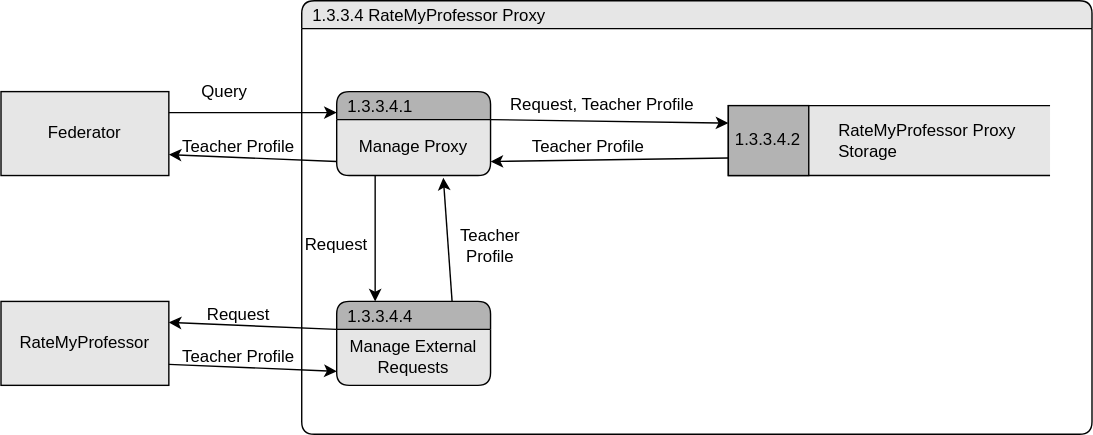
The draw.io diagram Storage/TeamOneFiles/RMP_query_request.drawio.svg in MckennahPalmer/CSE430, before a commit. Source tidied: cells renumbered, new cells last; positions are measured from the earlier drawing's top-left corner, leaving out a move shared by most shapes.
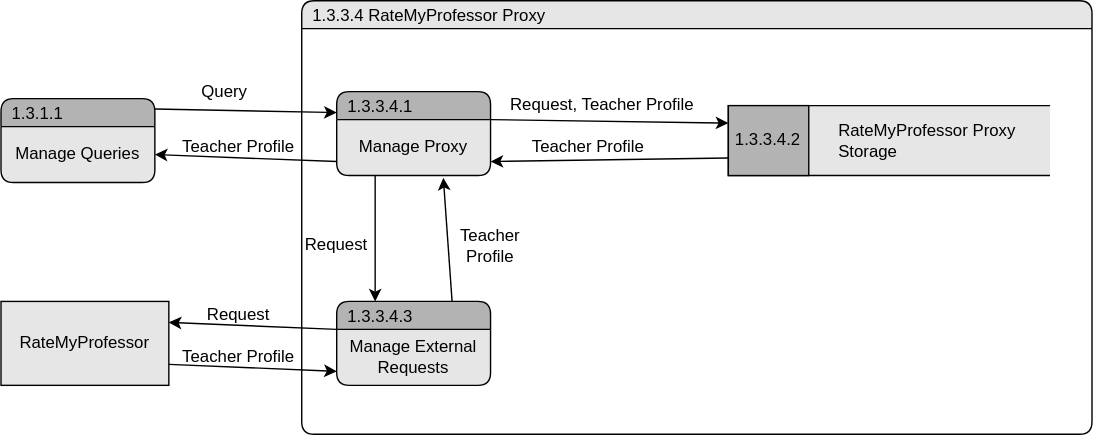
Above is the later version.

The edit, as a diff of the source:
```diff
@@ -2,9 +2,6 @@
   <root>
     <mxCell id="0" />
     <mxCell id="1" parent="0" />
-    <mxCell id="2" value="Federator" style="rounded=0;whiteSpace=wrap;html=1;strokeColor=default;align=center;verticalAlign=middle;fontFamily=Helvetica;fontSize=12;fontColor=default;startSize=20;fillColor=#E6E6E6;" parent="1" vertex="1">
-      <mxGeometry y="65" width="120" height="60" as="geometry" />
-    </mxCell>
     <mxCell id="3" value="RateMyProfessor" style="rounded=0;whiteSpace=wrap;html=1;strokeColor=default;align=center;verticalAlign=middle;fontFamily=Helvetica;fontSize=12;fontColor=default;startSize=20;fillColor=#E6E6E6;" parent="1" vertex="1">
       <mxGeometry y="215" width="120" height="60" as="geometry" />
     </mxCell>
@@ -17,7 +14,7 @@
     <mxCell id="6" value="Manage Proxy" style="text;html=1;strokeColor=none;fillColor=none;align=center;verticalAlign=middle;whiteSpace=wrap;rounded=0;fontSize=12;fontFamily=Helvetica;fontColor=default;" parent="5" vertex="1">
       <mxGeometry y="20" width="110" height="40" as="geometry" />
     </mxCell>
-    <mxCell id="7" value="1.3.3.4.4" style="swimlane;fontStyle=0;horizontal=1;startSize=20;fillColor=#B3B3B3;swimlaneFillColor=#E6E6E6;rounded=1;strokeColor=default;align=left;verticalAlign=middle;fontFamily=Helvetica;fontSize=12;fontColor=default;spacingLeft=6;shadow=0;" parent="1" vertex="1">
+    <mxCell id="7" value="1.3.3.4.3" style="swimlane;fontStyle=0;horizontal=1;startSize=20;fillColor=#B3B3B3;swimlaneFillColor=#E6E6E6;rounded=1;strokeColor=default;align=left;verticalAlign=middle;fontFamily=Helvetica;fontSize=12;fontColor=default;spacingLeft=6;shadow=0;" parent="1" vertex="1">
       <mxGeometry x="240" y="215" width="110" height="60" as="geometry" />
     </mxCell>
     <mxCell id="8" value="Manage External Requests" style="text;html=1;strokeColor=none;fillColor=none;align=center;verticalAlign=middle;whiteSpace=wrap;rounded=0;fontSize=12;fontFamily=Helvetica;fontColor=default;" parent="7" vertex="1">
@@ -38,10 +35,10 @@
     <mxCell id="13" value="RateMyProfessor Proxy Storage" style="text;html=1;strokeColor=none;fillColor=none;align=left;verticalAlign=middle;whiteSpace=wrap;rounded=0;fontSize=12;fontFamily=Helvetica;fontColor=default;" parent="9" vertex="1">
       <mxGeometry x="76.7" width="153.3" height="50" as="geometry" />
     </mxCell>
-    <mxCell id="14" style="endArrow=classic;html=1;rounded=0;exitX=1;exitY=0.25;exitDx=0;exitDy=0;entryX=0;entryY=0.25;entryDx=0;entryDy=0;" parent="1" edge="1" source="2" target="5">
+    <mxCell id="14" style="endArrow=classic;html=1;rounded=0;exitX=0.999;exitY=0.124;exitDx=0;exitDy=0;entryX=0;entryY=0.25;entryDx=0;entryDy=0;exitPerimeter=0;" parent="1" edge="1" source="30" target="5">
       <mxGeometry relative="1" as="geometry" />
     </mxCell>
-    <mxCell id="15" style="endArrow=classic;html=1;rounded=0;exitX=0;exitY=0.75;exitDx=0;exitDy=0;entryX=1;entryY=0.75;entryDx=0;entryDy=0;" parent="1" edge="1" source="6" target="2">
+    <mxCell id="15" style="endArrow=classic;html=1;rounded=0;exitX=0;exitY=0.75;exitDx=0;exitDy=0;entryX=1;entryY=0.5;entryDx=0;entryDy=0;" parent="1" edge="1" source="6" target="31">
       <mxGeometry relative="1" as="geometry" />
     </mxCell>
     <mxCell id="16" style="endArrow=classic;html=1;rounded=0;exitX=1;exitY=0;exitDx=0;exitDy=0;entryX=0;entryY=0.25;entryDx=0;entryDy=0;" parent="1" edge="1" source="6" target="12">
@@ -86,5 +83,11 @@
     <mxCell id="29" value="Teacher Profile" style="text;html=1;align=center;verticalAlign=middle;whiteSpace=wrap;rounded=0;" parent="1" vertex="1">
       <mxGeometry x="125" y="240" width="90" height="30" as="geometry" />
     </mxCell>
+    <mxCell id="30" value="1.3.1.1" style="swimlane;fontStyle=0;horizontal=1;startSize=20;fillColor=#B3B3B3;swimlaneFillColor=#E6E6E6;rounded=1;strokeColor=default;align=left;verticalAlign=middle;fontFamily=Helvetica;fontSize=12;fontColor=default;spacingLeft=6;shadow=0;" parent="1" vertex="1">
+      <mxGeometry y="70" width="110" height="60" as="geometry" />
+    </mxCell>
+    <mxCell id="31" value="Manage Queries" style="text;html=1;strokeColor=none;fillColor=none;align=center;verticalAlign=middle;whiteSpace=wrap;rounded=0;fontSize=12;fontFamily=Helvetica;fontColor=default;" parent="30" vertex="1">
+      <mxGeometry y="20" width="110" height="40" as="geometry" />
+    </mxCell>
   </root>
 </mxGraphModel>
```
